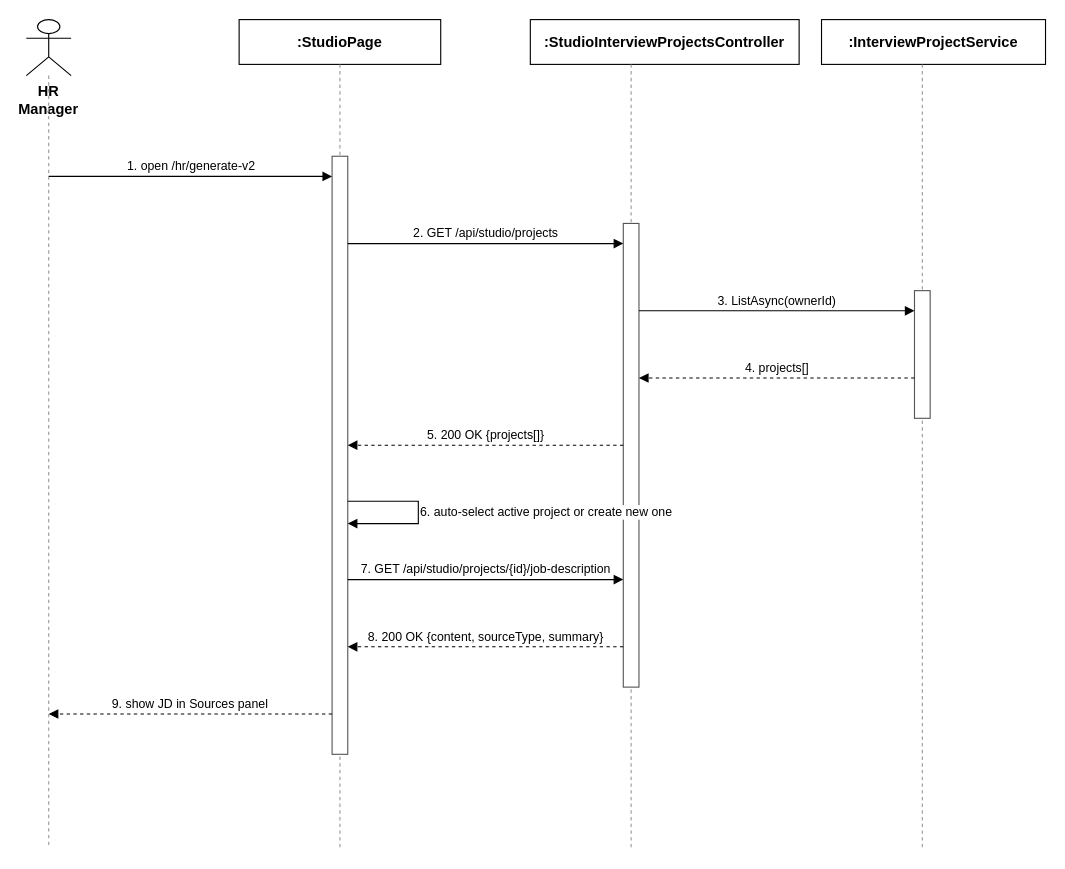
The draw.io diagram docs/qa/Nam_SequenceDiagram/04_JobDescriptionManagement_ListViewJD.drawio in tulklk/AI_Interview_Question_Generation_RAG_LLM_FE, before the edit. Source tidied: cells renumbered, new cells numbered last; positions are measured from the earlier drawing's top-left corner, leaving out a move shared by most shapes. Both pictures are drawn from the tidied source at 112%, with x=0, y=0 at pixel (26, 19).
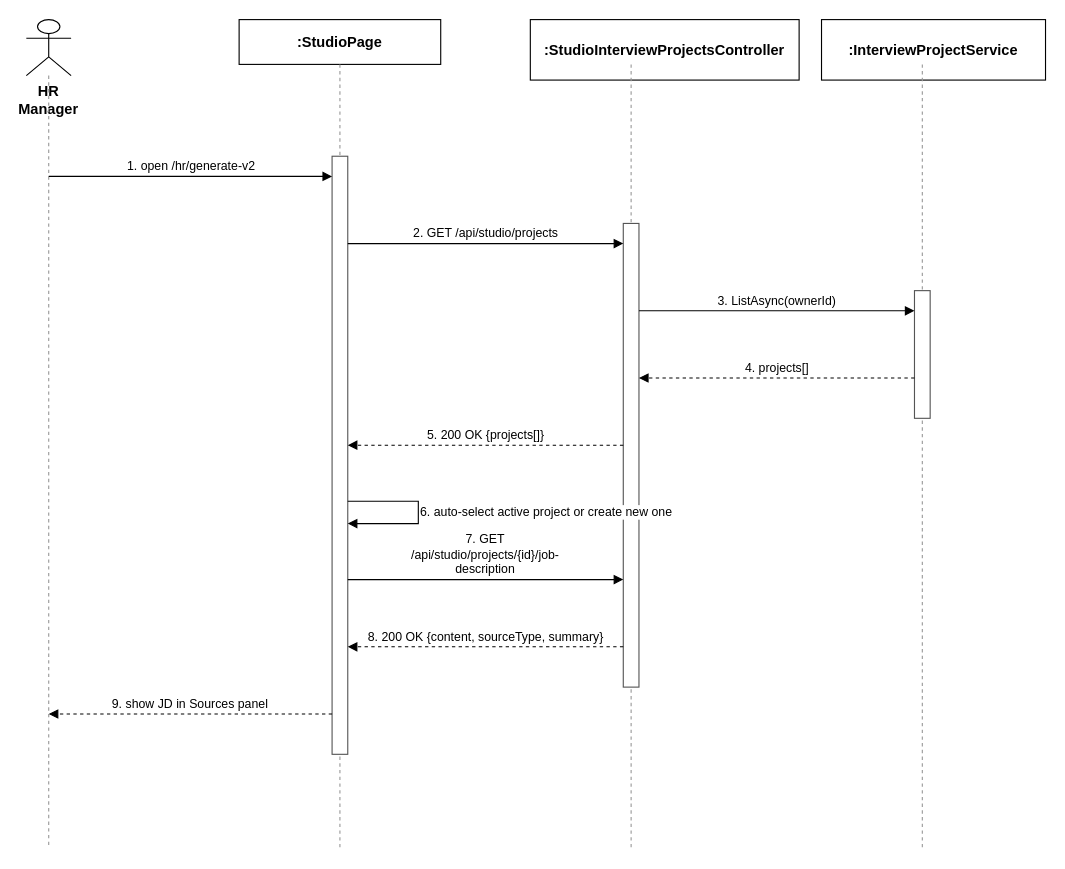
Above is the later version.

Change to the diagram source:
```diff
@@
     <mxCell id="6" value=":StudioInterviewProjectsController" style="rounded=0;whiteSpace=wrap;html=1;fontSize=13;fillColor=#ffffff;strokeColor=#000000;fontStyle=1;" parent="1" vertex="1">
-      <mxGeometry x="450" width="240" height="40" as="geometry" />
+      <mxGeometry x="450" width="240" height="54" as="geometry" />
     </mxCell>
@@
     <mxCell id="8" value=":InterviewProjectService" style="rounded=0;whiteSpace=wrap;html=1;fontSize=13;fillColor=#ffffff;strokeColor=#000000;fontStyle=1;" parent="1" vertex="1">
-      <mxGeometry x="710" width="200" height="40" as="geometry" />
+      <mxGeometry x="710" width="200" height="54" as="geometry" />
     </mxCell>
@@
-    <mxCell id="19" value="7. GET /api/studio/projects/{id}/job-description" style="endArrow=block;endFill=1;html=1;fontSize=11;align=center;verticalAlign=bottom;labelBackgroundColor=#ffffff;strokeColor=#000000;" parent="1" edge="1">
+    <mxCell id="19" value="7. GET /api/studio/projects/{id}/job-description" style="endArrow=block;endFill=1;html=1;whiteSpace=wrap;fontSize=11;align=center;verticalAlign=bottom;labelBackgroundColor=#ffffff;strokeColor=#000000;" parent="1" edge="1">
       <mxGeometry relative="1" as="geometry">
         <mxPoint x="287" y="500" as="sourcePoint" />
         <mxPoint x="533" y="500" as="targetPoint" />
       </mxGeometry>
     </mxCell>
```
